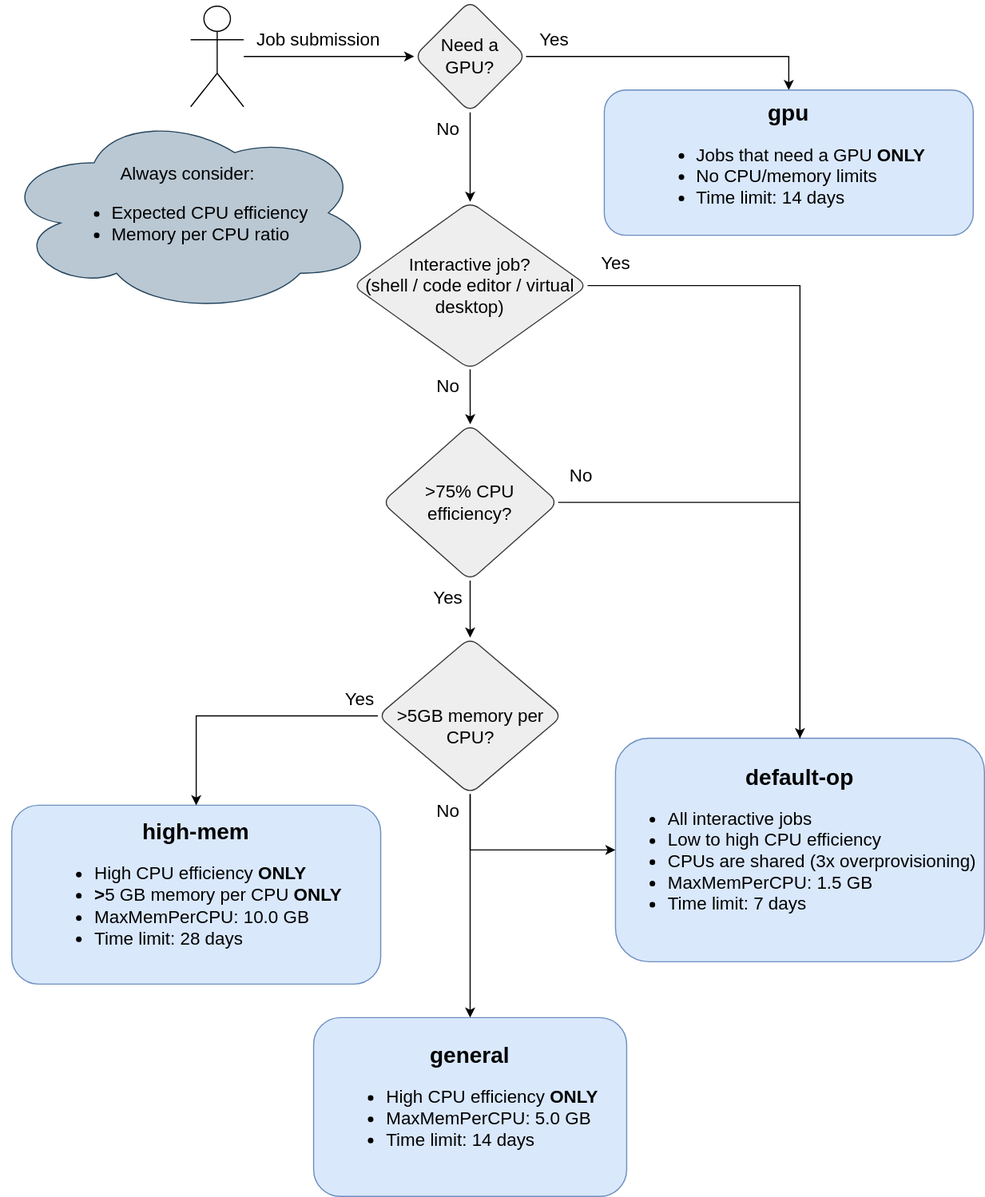
cmc-aau/hpc-docs keeps this draw.io diagram as docs/slurm/img/biocloud_partition.drawio.svg. Above is the earlier version. Source tidied: cells renumbered, new cells last; positions are measured from the earlier drawing's top-left corner, leaving out a move shared by most shapes. The source it was exported from:
```xml
<mxGraphModel>
  <root>
    <mxCell id="0" />
    <mxCell id="1" parent="0" />
    <mxCell id="2" value="&lt;font style=&quot;font-size: 20px;&quot;&gt;&lt;b&gt;default-op&lt;/b&gt;&lt;/font&gt;&lt;div&gt;&lt;font style=&quot;font-size: 20px;&quot;&gt;&lt;ul style=&quot;font-size: 16px; text-align: left; text-wrap: nowrap;&quot;&gt;&lt;li&gt;&lt;span style=&quot;background-color: initial;&quot;&gt;All interactive jobs&lt;/span&gt;&lt;/li&gt;&lt;li&gt;&lt;span style=&quot;background-color: initial;&quot;&gt;Low to high CPU efficiency&lt;/span&gt;&lt;/li&gt;&lt;li&gt;&lt;span style=&quot;background-color: initial;&quot;&gt;CPUs are shared (3x overprovisioning)&lt;/span&gt;&lt;/li&gt;&lt;li&gt;MaxMemPerCPU: 1.5 GB&lt;/li&gt;&lt;li&gt;Time limit: 7 days&lt;/li&gt;&lt;/ul&gt;&lt;/font&gt;&lt;/div&gt;" style="rounded=1;whiteSpace=wrap;html=1;shadow=0;strokeWidth=1;spacing=6;spacingTop=-4;fontSize=16;fillColor=#dae8fc;strokeColor=#6c8ebf;" parent="1" vertex="1">
      <mxGeometry x="550" y="660" width="330" height="200" as="geometry" />
    </mxCell>
    <mxCell id="3" value="&lt;font style=&quot;font-size: 20px;&quot;&gt;&lt;b&gt;high-mem&lt;/b&gt;&lt;/font&gt;&lt;div style=&quot;&quot;&gt;&lt;ul style=&quot;text-align: left; text-wrap: nowrap;&quot;&gt;&lt;li&gt;High CPU efficiency &lt;b&gt;ONLY&lt;/b&gt;&lt;/li&gt;&lt;li&gt;&lt;span style=&quot;background-color: initial;&quot;&gt;&lt;b&gt;&amp;gt;&lt;/b&gt;5 GB memory per CPU &lt;b&gt;ONLY&lt;/b&gt;&lt;/span&gt;&lt;/li&gt;&lt;li style=&quot;&quot;&gt;&lt;span style=&quot;background-color: initial;&quot;&gt;MaxMemPerCPU: 10.0 GB&lt;/span&gt;&lt;br&gt;&lt;/li&gt;&lt;li style=&quot;&quot;&gt;Time limit: 28 days&lt;/li&gt;&lt;/ul&gt;&lt;/div&gt;" style="rounded=1;whiteSpace=wrap;html=1;shadow=0;strokeWidth=1;spacing=6;spacingTop=-4;fontSize=16;fillColor=#dae8fc;strokeColor=#6c8ebf;" parent="1" vertex="1">
      <mxGeometry x="10" y="720" width="330" height="160" as="geometry" />
    </mxCell>
    <mxCell id="4" value="&lt;font style=&quot;font-size: 20px;&quot;&gt;&lt;b&gt;general&lt;/b&gt;&lt;/font&gt;&lt;div&gt;&lt;font style=&quot;font-size: 20px;&quot;&gt;&lt;ul style=&quot;font-size: 16px; text-align: left; text-wrap: nowrap;&quot;&gt;&lt;li&gt;High CPU efficiency&amp;nbsp;&lt;b&gt;ONLY&lt;/b&gt;&lt;/li&gt;&lt;li&gt;&lt;span style=&quot;background-color: initial;&quot;&gt;MaxMemPerCPU: 5.0 GB&lt;/span&gt;&lt;br&gt;&lt;/li&gt;&lt;li&gt;Time limit: 14 days&lt;/li&gt;&lt;/ul&gt;&lt;/font&gt;&lt;/div&gt;" style="rounded=1;whiteSpace=wrap;html=1;shadow=0;strokeWidth=1;spacing=6;spacingTop=-4;fontSize=16;fillColor=#dae8fc;strokeColor=#6c8ebf;" parent="1" vertex="1">
      <mxGeometry x="280" y="910" width="280" height="160" as="geometry" />
    </mxCell>
    <mxCell id="5" style="edgeStyle=orthogonalEdgeStyle;rounded=0;jettySize=auto;html=1;fontSize=16;entryX=0.5;entryY=0;entryDx=0;entryDy=0;" parent="1" edge="1" source="7" target="12">
      <mxGeometry relative="1" as="geometry" />
    </mxCell>
    <mxCell id="6" style="edgeStyle=orthogonalEdgeStyle;rounded=0;jettySize=auto;html=1;exitX=1;exitY=0.5;exitDx=0;exitDy=0;entryX=0.5;entryY=0;entryDx=0;entryDy=0;" parent="1" edge="1" source="7" target="8">
      <mxGeometry relative="1" as="geometry" />
    </mxCell>
    <mxCell id="7" value="Need a GPU?" style="rhombus;whiteSpace=wrap;html=1;rounded=1;glass=0;strokeWidth=1;shadow=0;fontSize=16;fillColor=#eeeeee;strokeColor=#36393d;" parent="1" vertex="1">
      <mxGeometry x="370" width="100" height="100" as="geometry" />
    </mxCell>
    <mxCell id="8" value="&lt;b&gt;&lt;font style=&quot;font-size: 20px;&quot;&gt;gpu&lt;/font&gt;&lt;/b&gt;&lt;div&gt;&lt;ul style=&quot;text-align: left; text-wrap: nowrap;&quot;&gt;&lt;li&gt;Jobs that need a GPU&amp;nbsp;&lt;b&gt;ONLY&lt;/b&gt;&lt;/li&gt;&lt;li&gt;No CPU/memory limits&lt;/li&gt;&lt;li&gt;Time limit: 14 days&lt;/li&gt;&lt;/ul&gt;&lt;/div&gt;" style="whiteSpace=wrap;html=1;rounded=1;glass=0;strokeWidth=1;shadow=0;fontSize=16;fillColor=#dae8fc;strokeColor=#6c8ebf;" parent="1" vertex="1">
      <mxGeometry x="540" y="80" width="330" height="130" as="geometry" />
    </mxCell>
    <mxCell id="9" value="Yes" style="text;html=1;align=center;verticalAlign=middle;strokeColor=none;fillColor=none;fontSize=16;" parent="1" vertex="1">
      <mxGeometry x="470" y="20" width="50" height="30" as="geometry" />
    </mxCell>
    <mxCell id="10" style="edgeStyle=orthogonalEdgeStyle;rounded=0;jettySize=auto;html=1;fontSize=16;" parent="1" edge="1" source="12" target="16">
      <mxGeometry relative="1" as="geometry" />
    </mxCell>
    <mxCell id="11" style="edgeStyle=orthogonalEdgeStyle;rounded=0;jettySize=auto;html=1;exitX=1;exitY=0.5;exitDx=0;exitDy=0;entryX=0.5;entryY=0;entryDx=0;entryDy=0;fontSize=16;" parent="1" edge="1" source="12" target="2">
      <mxGeometry relative="1" as="geometry" />
    </mxCell>
    <mxCell id="12" value="Interactive job?&lt;div style=&quot;font-size: 16px;&quot;&gt;(shell / code editor / virtual desktop)&lt;/div&gt;" style="rhombus;whiteSpace=wrap;html=1;rounded=1;glass=0;strokeWidth=1;shadow=0;fontSize=16;fillColor=#eeeeee;strokeColor=#36393d;" parent="1" vertex="1">
      <mxGeometry x="315" y="180" width="210" height="150" as="geometry" />
    </mxCell>
    <mxCell id="13" value="No" style="text;html=1;align=center;verticalAlign=middle;strokeColor=none;fillColor=none;fontSize=16;" parent="1" vertex="1">
      <mxGeometry x="380" y="100" width="40" height="30" as="geometry" />
    </mxCell>
    <mxCell id="14" style="edgeStyle=orthogonalEdgeStyle;rounded=0;jettySize=auto;html=1;exitX=1;exitY=0.5;exitDx=0;exitDy=0;endArrow=none;endFill=0;entryX=0.5;entryY=0;entryDx=0;entryDy=0;fontSize=16;" parent="1" edge="1" source="16" target="2">
      <mxGeometry relative="1" as="geometry" />
    </mxCell>
    <mxCell id="15" style="edgeStyle=orthogonalEdgeStyle;rounded=0;jettySize=auto;html=1;exitX=0.5;exitY=1;exitDx=0;exitDy=0;entryX=0.5;entryY=0;entryDx=0;entryDy=0;" parent="1" edge="1" source="16" target="20">
      <mxGeometry relative="1" as="geometry" />
    </mxCell>
    <mxCell id="16" value="&lt;div style=&quot;font-size: 16px;&quot;&gt;&lt;span style=&quot;background-color: initial; font-size: 16px;&quot;&gt;&amp;gt;75% CPU efficiency?&lt;/span&gt;&lt;br style=&quot;font-size: 16px;&quot;&gt;&lt;/div&gt;" style="rhombus;whiteSpace=wrap;html=1;rounded=1;glass=0;strokeWidth=1;shadow=0;fontSize=16;fillColor=#eeeeee;strokeColor=#36393d;" parent="1" vertex="1">
      <mxGeometry x="341.2" y="379" width="157.5" height="140" as="geometry" />
    </mxCell>
    <mxCell id="17" style="edgeStyle=orthogonalEdgeStyle;rounded=0;jettySize=auto;html=1;exitX=0;exitY=0.5;exitDx=0;exitDy=0;entryX=0.5;entryY=0;entryDx=0;entryDy=0;" parent="1" edge="1" source="20" target="3">
      <mxGeometry relative="1" as="geometry" />
    </mxCell>
    <mxCell id="18" style="edgeStyle=orthogonalEdgeStyle;rounded=0;jettySize=auto;html=1;exitX=0.5;exitY=1;exitDx=0;exitDy=0;entryX=0.5;entryY=0;entryDx=0;entryDy=0;" parent="1" edge="1" source="20" target="4">
      <mxGeometry relative="1" as="geometry" />
    </mxCell>
    <mxCell id="19" style="edgeStyle=orthogonalEdgeStyle;rounded=0;jettySize=auto;html=1;exitX=0.5;exitY=1;exitDx=0;exitDy=0;entryX=0;entryY=0.5;entryDx=0;entryDy=0;" parent="1" edge="1" source="20" target="2">
      <mxGeometry relative="1" as="geometry" />
    </mxCell>
    <mxCell id="20" value="&lt;div&gt;&lt;br&gt;&lt;/div&gt;&amp;gt;5GB memory per CPU?" style="rhombus;whiteSpace=wrap;html=1;rounded=1;glass=0;strokeWidth=1;shadow=0;fontSize=16;fillColor=#eeeeee;strokeColor=#36393d;" parent="1" vertex="1">
      <mxGeometry x="337.5" y="570" width="165" height="140" as="geometry" />
    </mxCell>
    <mxCell id="21" style="edgeStyle=orthogonalEdgeStyle;rounded=0;jettySize=auto;html=1;entryX=0;entryY=0.5;entryDx=0;entryDy=0;" parent="1" edge="1" source="22" target="7">
      <mxGeometry relative="1" as="geometry" />
    </mxCell>
    <mxCell id="22" style="shape=umlActor;verticalLabelPosition=bottom;verticalAlign=top;html=1;outlineConnect=0;fontSize=16;" parent="1" vertex="1">
      <mxGeometry x="170" y="5" width="47.5" height="90" as="geometry" />
    </mxCell>
    <mxCell id="23" value="Yes" style="text;html=1;align=center;verticalAlign=middle;strokeColor=none;fillColor=none;fontSize=16;" parent="1" vertex="1">
      <mxGeometry x="525" y="220" width="50" height="30" as="geometry" />
    </mxCell>
    <mxCell id="24" value="No" style="text;html=1;align=center;verticalAlign=middle;strokeColor=none;fillColor=none;fontSize=16;" parent="1" vertex="1">
      <mxGeometry x="498.8" y="410" width="40" height="30" as="geometry" />
    </mxCell>
    <mxCell id="25" value="&lt;font style=&quot;font-size: 16px;&quot;&gt;Job submission&lt;/font&gt;" style="text;html=1;align=center;verticalAlign=middle;strokeColor=none;fillColor=none;" parent="1" vertex="1">
      <mxGeometry x="218.8" y="20" width="130" height="30" as="geometry" />
    </mxCell>
    <mxCell id="26" value="Yes" style="text;html=1;align=center;verticalAlign=middle;strokeColor=none;fillColor=none;fontSize=16;" parent="1" vertex="1">
      <mxGeometry x="296.2" y="610" width="50" height="30" as="geometry" />
    </mxCell>
    <mxCell id="27" value="No" style="text;html=1;align=center;verticalAlign=middle;strokeColor=none;fillColor=none;fontSize=16;" parent="1" vertex="1">
      <mxGeometry x="380" y="330" width="40" height="30" as="geometry" />
    </mxCell>
    <mxCell id="28" value="Yes" style="text;html=1;align=center;verticalAlign=middle;strokeColor=none;fillColor=none;fontSize=16;" parent="1" vertex="1">
      <mxGeometry x="375" y="519" width="50" height="30" as="geometry" />
    </mxCell>
    <mxCell id="29" value="No" style="text;html=1;align=center;verticalAlign=middle;strokeColor=none;fillColor=none;fontSize=16;" parent="1" vertex="1">
      <mxGeometry x="380" y="710" width="40" height="30" as="geometry" />
    </mxCell>
    <mxCell id="30" value="&lt;div style=&quot;font-size: 16px; text-wrap: nowrap;&quot;&gt;&lt;span style=&quot;background-color: initial;&quot;&gt;Always consider:&lt;/span&gt;&lt;br&gt;&lt;/div&gt;&lt;div style=&quot;font-size: 16px; text-wrap: nowrap;&quot;&gt;&lt;ul&gt;&lt;li style=&quot;text-align: left;&quot;&gt;Expected CPU efficiency&lt;/li&gt;&lt;li style=&quot;text-align: left;&quot;&gt;Memory per CPU ratio&lt;/li&gt;&lt;/ul&gt;&lt;/div&gt;" style="ellipse;shape=cloud;whiteSpace=wrap;html=1;fillColor=#bac8d3;strokeColor=#23445d;" parent="1" vertex="1">
      <mxGeometry y="100" width="335" height="180" as="geometry" />
    </mxCell>
  </root>
</mxGraphModel>
```
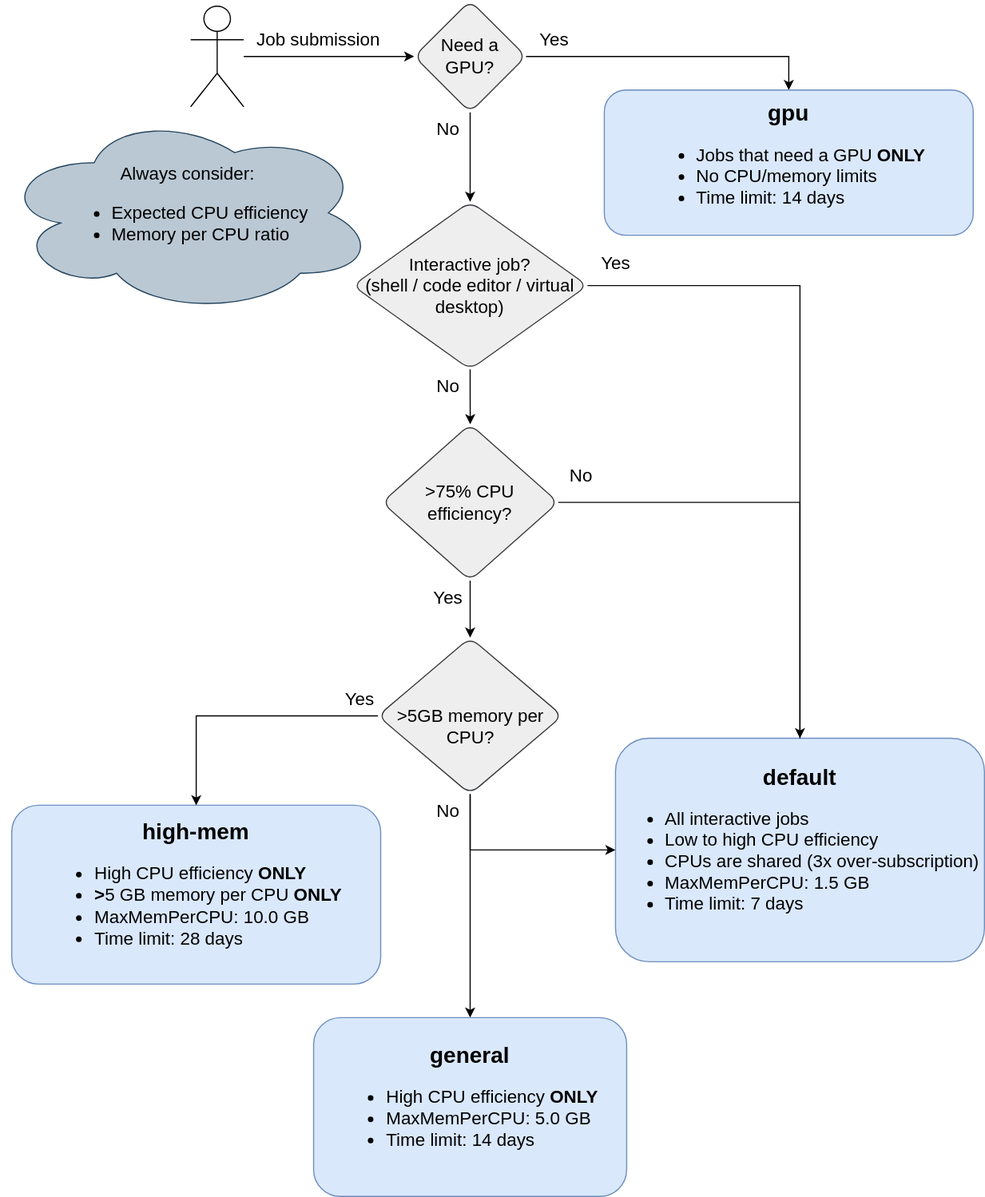
Later version of the same file.

Diff of the diagram source:
```diff
@@ -2,7 +2,7 @@
   <root>
     <mxCell id="0" />
     <mxCell id="1" parent="0" />
-    <mxCell id="2" value="&lt;font style=&quot;font-size: 20px;&quot;&gt;&lt;b&gt;default-op&lt;/b&gt;&lt;/font&gt;&lt;div&gt;&lt;font style=&quot;font-size: 20px;&quot;&gt;&lt;ul style=&quot;font-size: 16px; text-align: left; text-wrap: nowrap;&quot;&gt;&lt;li&gt;&lt;span style=&quot;background-color: initial;&quot;&gt;All interactive jobs&lt;/span&gt;&lt;/li&gt;&lt;li&gt;&lt;span style=&quot;background-color: initial;&quot;&gt;Low to high CPU efficiency&lt;/span&gt;&lt;/li&gt;&lt;li&gt;&lt;span style=&quot;background-color: initial;&quot;&gt;CPUs are shared (3x overprovisioning)&lt;/span&gt;&lt;/li&gt;&lt;li&gt;MaxMemPerCPU: 1.5 GB&lt;/li&gt;&lt;li&gt;Time limit: 7 days&lt;/li&gt;&lt;/ul&gt;&lt;/font&gt;&lt;/div&gt;" style="rounded=1;whiteSpace=wrap;html=1;shadow=0;strokeWidth=1;spacing=6;spacingTop=-4;fontSize=16;fillColor=#dae8fc;strokeColor=#6c8ebf;" parent="1" vertex="1">
+    <mxCell id="2" value="&lt;font style=&quot;font-size: 20px;&quot;&gt;&lt;b&gt;default&lt;/b&gt;&lt;/font&gt;&lt;div&gt;&lt;font style=&quot;font-size: 20px;&quot;&gt;&lt;ul style=&quot;font-size: 16px; text-align: left; text-wrap: nowrap;&quot;&gt;&lt;li&gt;&lt;span style=&quot;background-color: initial;&quot;&gt;All interactive jobs&lt;/span&gt;&lt;/li&gt;&lt;li&gt;&lt;span style=&quot;background-color: initial;&quot;&gt;Low to high CPU efficiency&lt;/span&gt;&lt;/li&gt;&lt;li&gt;&lt;span style=&quot;background-color: initial;&quot;&gt;CPUs are shared (3x over-subscription)&lt;/span&gt;&lt;/li&gt;&lt;li&gt;MaxMemPerCPU: 1.5 GB&lt;/li&gt;&lt;li&gt;Time limit: 7 days&lt;/li&gt;&lt;/ul&gt;&lt;/font&gt;&lt;/div&gt;" style="rounded=1;whiteSpace=wrap;html=1;shadow=0;strokeWidth=1;spacing=6;spacingTop=-4;fontSize=16;fillColor=#dae8fc;strokeColor=#6c8ebf;" parent="1" vertex="1">
       <mxGeometry x="550" y="660" width="330" height="200" as="geometry" />
     </mxCell>
     <mxCell id="3" value="&lt;font style=&quot;font-size: 20px;&quot;&gt;&lt;b&gt;high-mem&lt;/b&gt;&lt;/font&gt;&lt;div style=&quot;&quot;&gt;&lt;ul style=&quot;text-align: left; text-wrap: nowrap;&quot;&gt;&lt;li&gt;High CPU efficiency &lt;b&gt;ONLY&lt;/b&gt;&lt;/li&gt;&lt;li&gt;&lt;span style=&quot;background-color: initial;&quot;&gt;&lt;b&gt;&amp;gt;&lt;/b&gt;5 GB memory per CPU &lt;b&gt;ONLY&lt;/b&gt;&lt;/span&gt;&lt;/li&gt;&lt;li style=&quot;&quot;&gt;&lt;span style=&quot;background-color: initial;&quot;&gt;MaxMemPerCPU: 10.0 GB&lt;/span&gt;&lt;br&gt;&lt;/li&gt;&lt;li style=&quot;&quot;&gt;Time limit: 28 days&lt;/li&gt;&lt;/ul&gt;&lt;/div&gt;" style="rounded=1;whiteSpace=wrap;html=1;shadow=0;strokeWidth=1;spacing=6;spacingTop=-4;fontSize=16;fillColor=#dae8fc;strokeColor=#6c8ebf;" parent="1" vertex="1">
```
